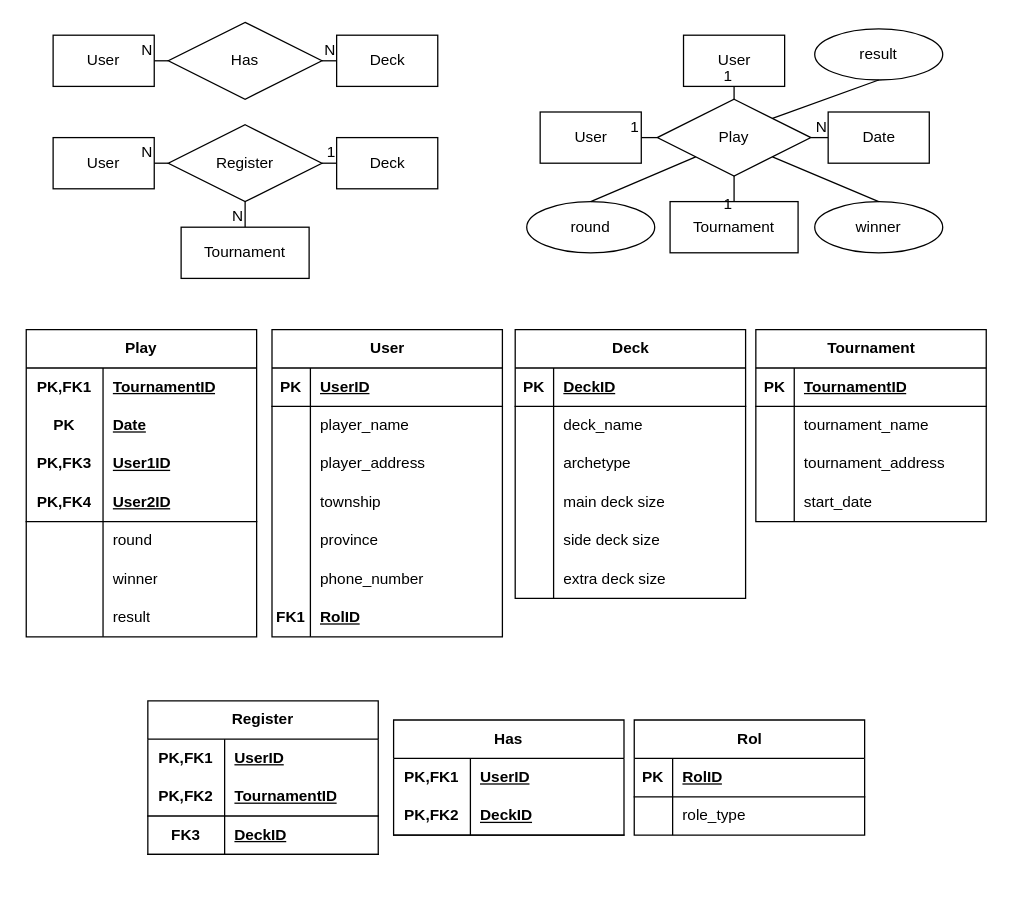
chavely15k/yu_gi_oh keeps this draw.io diagram as database_design/design_with_roles.drawio. Above is the earlier version. Source tidied: cells renumbered, new cells numbered last; positions are measured from the earlier drawing's top-left corner, leaving out a move shared by most shapes. Both pictures are drawn from the tidied source at 128%, with x=0, y=0 at pixel (26, 22).
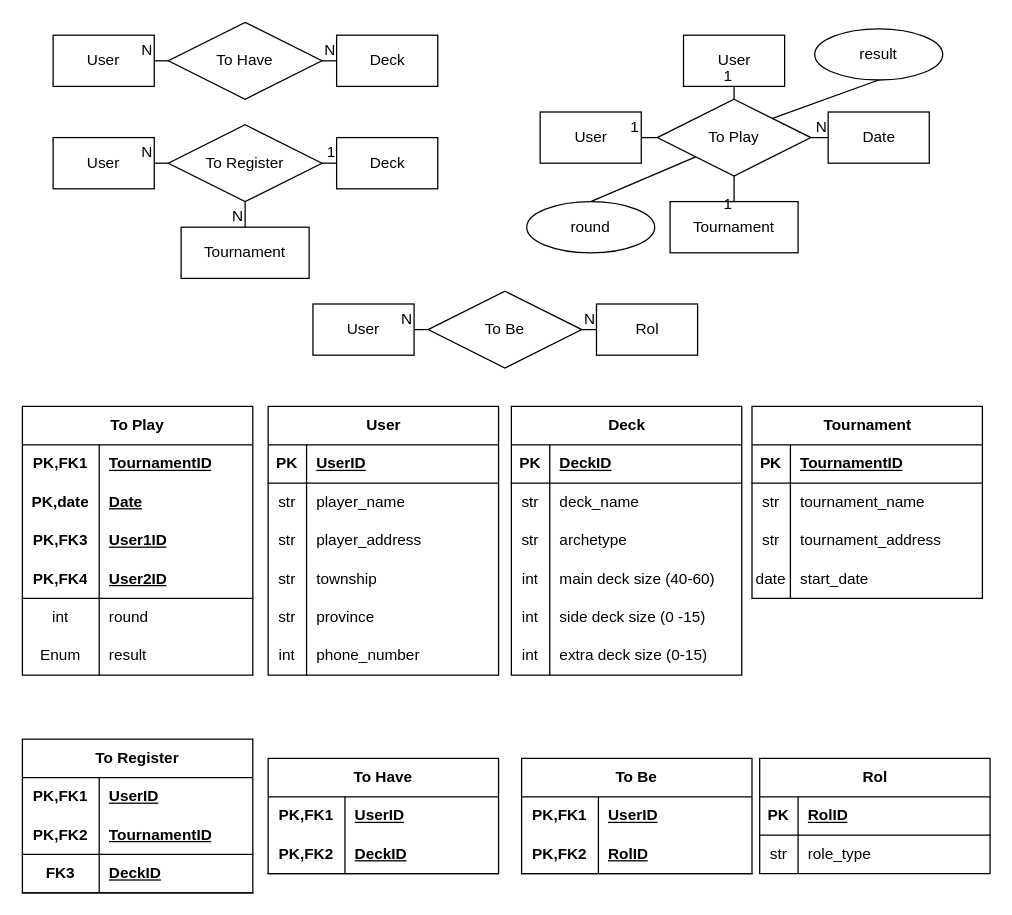
Above is the later version.

Unchanged cells that the change refers to:
```xml
<mxCell id="36" style="shape=tableRow;horizontal=0;startSize=0;swimlaneHead=0;swimlaneBody=0;fillColor=none;top=0;left=0;right=0;bottom=0;html=1;" parent="23" vertex="1">
  <mxGeometry y="150" width="180" height="30" as="geometry" />
</mxCell>
<mxCell id="54" style="shape=tableRow;horizontal=0;startSize=0;swimlaneHead=0;swimlaneBody=0;fillColor=none;top=0;left=0;right=0;bottom=0;" parent="50" vertex="1">
  <mxGeometry y="60" width="180" height="30" as="geometry" />
</mxCell>
<mxCell id="57" style="shape=tableRow;horizontal=0;startSize=0;swimlaneHead=0;swimlaneBody=0;fillColor=none;top=0;left=0;right=0;bottom=0;" parent="50" vertex="1">
  <mxGeometry y="90" width="180" height="30" as="geometry" />
</mxCell>
<mxCell id="60" style="shape=tableRow;horizontal=0;startSize=0;swimlaneHead=0;swimlaneBody=0;fillColor=none;top=0;left=0;right=0;bottom=0;" parent="50" vertex="1">
  <mxGeometry y="120" width="180" height="30" as="geometry" />
</mxCell>
<mxCell id="63" style="shape=tableRow;horizontal=0;startSize=0;swimlaneHead=0;swimlaneBody=0;fillColor=none;top=0;left=0;right=0;bottom=0;" parent="50" vertex="1">
  <mxGeometry y="150" width="180" height="30" as="geometry" />
</mxCell>
<mxCell id="66" style="shape=tableRow;horizontal=0;startSize=0;swimlaneHead=0;swimlaneBody=0;fillColor=none;top=0;left=0;right=0;bottom=0;" parent="50" vertex="1">
  <mxGeometry y="180" width="180" height="30" as="geometry" />
</mxCell>
<mxCell id="76" style="shape=tableRow;horizontal=0;startSize=0;swimlaneHead=0;swimlaneBody=0;fillColor=none;top=0;left=0;right=0;bottom=0;" parent="72" vertex="1">
  <mxGeometry y="60" width="180" height="30" as="geometry" />
</mxCell>
<mxCell id="79" style="shape=tableRow;horizontal=0;startSize=0;swimlaneHead=0;swimlaneBody=0;fillColor=none;top=0;left=0;right=0;bottom=0;" parent="72" vertex="1">
  <mxGeometry y="90" width="180" height="30" as="geometry" />
</mxCell>
<mxCell id="82" style="shape=tableRow;horizontal=0;startSize=0;swimlaneHead=0;swimlaneBody=0;fillColor=none;top=0;left=0;right=0;bottom=0;" parent="72" vertex="1">
  <mxGeometry y="120" width="180" height="30" as="geometry" />
</mxCell>
<mxCell id="85" style="shape=tableRow;horizontal=0;startSize=0;swimlaneHead=0;swimlaneBody=0;fillColor=none;top=0;left=0;right=0;bottom=0;" parent="72" vertex="1">
  <mxGeometry y="150" width="180" height="30" as="geometry" />
</mxCell>
<mxCell id="88" style="shape=tableRow;horizontal=0;startSize=0;swimlaneHead=0;swimlaneBody=0;fillColor=none;top=0;left=0;right=0;bottom=0;" parent="72" vertex="1">
  <mxGeometry y="180" width="180" height="30" as="geometry" />
</mxCell>
<mxCell id="95" style="shape=tableRow;horizontal=0;startSize=0;swimlaneHead=0;swimlaneBody=0;fillColor=none;top=0;left=0;right=0;bottom=0;" parent="91" vertex="1">
  <mxGeometry y="60" width="180" height="30" as="geometry" />
</mxCell>
<mxCell id="98" style="shape=tableRow;horizontal=0;startSize=0;swimlaneHead=0;swimlaneBody=0;fillColor=none;top=0;left=0;right=0;bottom=0;" parent="91" vertex="1">
  <mxGeometry y="90" width="180" height="30" as="geometry" />
</mxCell>
<mxCell id="101" style="shape=tableRow;horizontal=0;startSize=0;swimlaneHead=0;swimlaneBody=0;fillColor=none;top=0;left=0;right=0;bottom=0;" parent="91" vertex="1">
  <mxGeometry y="120" width="180" height="30" as="geometry" />
</mxCell>
<mxCell id="142" style="shape=tableRow;horizontal=0;startSize=0;swimlaneHead=0;swimlaneBody=0;fillColor=none;top=0;left=0;right=0;bottom=0;" parent="138" vertex="1">
  <mxGeometry y="60" width="180" height="30" as="geometry" />
</mxCell>
```

The edit, as a diff of the source:
```diff
@@
-    <mxCell id="7" value="Has" style="shape=rhombus;perimeter=rhombusPerimeter;whiteSpace=wrap;html=1;align=center;rounded=0;" parent="1" vertex="1">
+    <mxCell id="7" value="To Have" style="shape=rhombus;perimeter=rhombusPerimeter;whiteSpace=wrap;html=1;align=center;rounded=0;" parent="1" vertex="1">
       <mxGeometry x="111" width="120" height="60" as="geometry" />
     </mxCell>
@@
-    <mxCell id="12" value="Register" style="shape=rhombus;perimeter=rhombusPerimeter;whiteSpace=wrap;html=1;align=center;rounded=0;" parent="1" vertex="1">
+    <mxCell id="12" value="To Register" style="shape=rhombus;perimeter=rhombusPerimeter;whiteSpace=wrap;html=1;align=center;rounded=0;" parent="1" vertex="1">
       <mxGeometry x="111" y="80" width="120" height="60" as="geometry" />
     </mxCell>
@@
-    <mxCell id="16" value="Play" style="shape=rhombus;perimeter=rhombusPerimeter;whiteSpace=wrap;html=1;align=center;rounded=0;" parent="1" vertex="1">
+    <mxCell id="16" value="To Play" style="shape=rhombus;perimeter=rhombusPerimeter;whiteSpace=wrap;html=1;align=center;rounded=0;" parent="1" vertex="1">
       <mxGeometry x="493" y="60" width="120" height="60" as="geometry" />
     </mxCell>
@@
-    <mxCell id="19" value="winner" style="ellipse;whiteSpace=wrap;html=1;align=center;" parent="1" vertex="1">
-      <mxGeometry x="616" y="140" width="100" height="40" as="geometry" />
-    </mxCell>
-    <mxCell id="20" style="endArrow=none;html=1;rounded=0;exitX=0.5;exitY=0;exitDx=0;exitDy=0;entryX=1;entryY=1;entryDx=0;entryDy=0;" parent="1" edge="1" source="19" target="16">
-      <mxGeometry relative="1" as="geometry" />
-    </mxCell>
@@
-    <mxCell id="23" value="Play" style="shape=table;startSize=30;childLayout=tableLayout;rowLines=0;fontStyle=1;align=center;html=1;whiteSpace=wrap;" parent="1" vertex="1">
-      <mxGeometry y="240" width="180" height="240" as="geometry" />
+    <mxCell id="23" value="To Play" style="shape=table;startSize=30;childLayout=tableLayout;rowLines=0;fontStyle=1;align=center;html=1;whiteSpace=wrap;" parent="1" vertex="1">
+      <mxGeometry x="-3" y="300" width="180" height="210" as="geometry" />
     </mxCell>
@@
-    <mxCell id="37" style="shape=partialRectangle;fillColor=none;top=0;left=0;bottom=0;right=0;overflow=hidden;html=1;whiteSpace=wrap;" parent="36" vertex="1">
+    <mxCell id="37" value="int" style="shape=partialRectangle;fillColor=none;top=0;left=0;bottom=0;right=0;overflow=hidden;html=1;whiteSpace=wrap;" parent="36" vertex="1">
       <mxGeometry width="60" height="30" as="geometry" />
     </mxCell>
@@
-    <mxCell id="39" style="shape=tableRow;horizontal=0;startSize=0;swimlaneHead=0;swimlaneBody=0;fillColor=none;top=0;left=0;right=0;bottom=0;html=1;" parent="23" vertex="1">
-      <mxGeometry y="180" width="180" height="30" as="geometry" />
-    </mxCell>
-    <mxCell id="40" style="shape=partialRectangle;fillColor=none;top=0;left=0;bottom=0;right=0;overflow=hidden;html=1;whiteSpace=wrap;" parent="39" vertex="1">
-      <mxGeometry width="60" height="30" as="geometry" />
-    </mxCell>
-    <mxCell id="41" value="winner" style="shape=partialRectangle;fillColor=none;top=0;left=0;bottom=0;right=0;align=left;spacingLeft=6;overflow=hidden;html=1;whiteSpace=wrap;" parent="39" vertex="1">
-      <mxGeometry x="60" width="120" height="30" as="geometry" />
-    </mxCell>
     <mxCell id="42" style="shape=tableRow;horizontal=0;startSize=0;swimlaneHead=0;swimlaneBody=0;fillColor=none;top=0;left=0;right=0;bottom=0;html=1;" parent="23" vertex="1">
-      <mxGeometry y="210" width="180" height="30" as="geometry" />
+      <mxGeometry y="180" width="180" height="30" as="geometry" />
     </mxCell>
-    <mxCell id="43" style="shape=partialRectangle;fillColor=none;top=0;left=0;bottom=0;right=0;overflow=hidden;html=1;whiteSpace=wrap;" parent="42" vertex="1">
+    <mxCell id="43" value="Enum" style="shape=partialRectangle;fillColor=none;top=0;left=0;bottom=0;right=0;overflow=hidden;html=1;whiteSpace=wrap;" parent="42" vertex="1">
       <mxGeometry width="60" height="30" as="geometry" />
     </mxCell>
@@
-    <mxCell id="45" value="PK" style="shape=partialRectangle;fillColor=none;top=0;left=0;bottom=0;right=0;fontStyle=1;overflow=hidden;html=1;whiteSpace=wrap;" parent="1" vertex="1">
-      <mxGeometry y="300" width="60" height="30" as="geometry" />
+    <mxCell id="45" value="PK,date" style="shape=partialRectangle;fillColor=none;top=0;left=0;bottom=0;right=0;fontStyle=1;overflow=hidden;html=1;whiteSpace=wrap;" parent="1" vertex="1">
+      <mxGeometry x="-3" y="360" width="60" height="30" as="geometry" />
     </mxCell>
     <mxCell id="46" value="Date" style="shape=partialRectangle;fillColor=none;top=0;left=0;bottom=0;right=0;align=left;spacingLeft=6;fontStyle=5;overflow=hidden;html=1;whiteSpace=wrap;" parent="1" vertex="1">
-      <mxGeometry x="60" y="300" width="120" height="30" as="geometry" />
+      <mxGeometry x="57" y="360" width="120" height="30" as="geometry" />
     </mxCell>
     <mxCell id="47" value="PK,FK1" style="shape=partialRectangle;fillColor=none;top=0;left=0;bottom=0;right=0;fontStyle=1;overflow=hidden;html=1;whiteSpace=wrap;" parent="1" vertex="1">
-      <mxGeometry y="270" width="60" height="30" as="geometry" />
+      <mxGeometry x="-3" y="330" width="60" height="30" as="geometry" />
     </mxCell>
     <mxCell id="48" value="TournamentID" style="shape=partialRectangle;fillColor=none;top=0;left=0;bottom=0;right=0;align=left;spacingLeft=6;fontStyle=5;overflow=hidden;html=1;whiteSpace=wrap;" parent="1" vertex="1">
-      <mxGeometry x="60" y="270" width="120" height="30" as="geometry" />
+      <mxGeometry x="57" y="330" width="120" height="30" as="geometry" />
     </mxCell>
     <mxCell id="49" value="result" style="shape=partialRectangle;fillColor=none;top=0;left=0;bottom=0;right=0;align=left;spacingLeft=6;overflow=hidden;html=1;whiteSpace=wrap;" parent="1" vertex="1">
-      <mxGeometry x="60" y="450" width="120" height="30" as="geometry" />
+      <mxGeometry x="57" y="480" width="120" height="30" as="geometry" />
     </mxCell>
     <mxCell id="50" value="User" style="shape=table;startSize=30;childLayout=tableLayout;rowLines=0;fontStyle=1;align=center;html=1;" parent="1" vertex="1">
-      <mxGeometry x="192" y="240" width="180" height="240" as="geometry" />
+      <mxGeometry x="189" y="300" width="180" height="210" as="geometry" />
     </mxCell>
@@
-    <mxCell id="55" style="shape=partialRectangle;fillColor=none;top=0;left=0;bottom=0;right=0;overflow=hidden;whiteSpace=wrap;html=1;" parent="54" vertex="1">
+    <mxCell id="55" value="str" style="shape=partialRectangle;fillColor=none;top=0;left=0;bottom=0;right=0;overflow=hidden;whiteSpace=wrap;html=1;" parent="54" vertex="1">
       <mxGeometry width="30" height="30" as="geometry" />
     </mxCell>
@@
-    <mxCell id="58" style="shape=partialRectangle;fillColor=none;top=0;left=0;bottom=0;right=0;overflow=hidden;whiteSpace=wrap;html=1;" parent="57" vertex="1">
+    <mxCell id="58" value="str" style="shape=partialRectangle;fillColor=none;top=0;left=0;bottom=0;right=0;overflow=hidden;whiteSpace=wrap;html=1;" parent="57" vertex="1">
       <mxGeometry width="30" height="30" as="geometry" />
     </mxCell>
@@
-    <mxCell id="61" style="shape=partialRectangle;fillColor=none;top=0;left=0;bottom=0;right=0;overflow=hidden;whiteSpace=wrap;html=1;" parent="60" vertex="1">
+    <mxCell id="61" value="str" style="shape=partialRectangle;fillColor=none;top=0;left=0;bottom=0;right=0;overflow=hidden;whiteSpace=wrap;html=1;" parent="60" vertex="1">
       <mxGeometry width="30" height="30" as="geometry" />
     </mxCell>
@@
-    <mxCell id="64" style="shape=partialRectangle;fillColor=none;top=0;left=0;bottom=0;right=0;overflow=hidden;whiteSpace=wrap;html=1;" parent="63" vertex="1">
+    <mxCell id="64" value="str" style="shape=partialRectangle;fillColor=none;top=0;left=0;bottom=0;right=0;overflow=hidden;whiteSpace=wrap;html=1;" parent="63" vertex="1">
       <mxGeometry width="30" height="30" as="geometry" />
     </mxCell>
@@
-    <mxCell id="67" style="shape=partialRectangle;fillColor=none;top=0;left=0;bottom=0;right=0;overflow=hidden;whiteSpace=wrap;html=1;" parent="66" vertex="1">
+    <mxCell id="67" value="int" style="shape=partialRectangle;fillColor=none;top=0;left=0;bottom=0;right=0;overflow=hidden;whiteSpace=wrap;html=1;" parent="66" vertex="1">
       <mxGeometry width="30" height="30" as="geometry" />
     </mxCell>
@@
-    <mxCell id="69" style="shape=tableRow;horizontal=0;startSize=0;swimlaneHead=0;swimlaneBody=0;fillColor=none;top=0;left=0;right=0;bottom=0;" parent="50" vertex="1">
-      <mxGeometry y="210" width="180" height="30" as="geometry" />
-    </mxCell>
-    <mxCell id="70" value="&lt;b&gt;FK1&lt;/b&gt;" style="shape=partialRectangle;fillColor=none;top=0;left=0;bottom=0;right=0;overflow=hidden;whiteSpace=wrap;html=1;" parent="69" vertex="1">
-      <mxGeometry width="30" height="30" as="geometry" />
-    </mxCell>
-    <mxCell id="71" value="RolID" style="shape=partialRectangle;fillColor=none;top=0;left=0;bottom=0;right=0;align=left;spacingLeft=6;overflow=hidden;whiteSpace=wrap;html=1;fontStyle=5;" parent="69" vertex="1">
-      <mxGeometry x="30" width="150" height="30" as="geometry" />
-    </mxCell>
     <mxCell id="72" value="Deck" style="shape=table;startSize=30;childLayout=tableLayout;rowLines=0;fontStyle=1;align=center;html=1;" parent="1" vertex="1">
-      <mxGeometry x="382" y="240" width="180" height="210" as="geometry" />
+      <mxGeometry x="379" y="300" width="180" height="210" as="geometry" />
     </mxCell>
@@
-    <mxCell id="77" style="shape=partialRectangle;fillColor=none;top=0;left=0;bottom=0;right=0;overflow=hidden;whiteSpace=wrap;html=1;" parent="76" vertex="1">
+    <mxCell id="77" value="str" style="shape=partialRectangle;fillColor=none;top=0;left=0;bottom=0;right=0;overflow=hidden;whiteSpace=wrap;html=1;" parent="76" vertex="1">
       <mxGeometry width="30" height="30" as="geometry" />
     </mxCell>
@@
-    <mxCell id="80" style="shape=partialRectangle;fillColor=none;top=0;left=0;bottom=0;right=0;overflow=hidden;whiteSpace=wrap;html=1;" parent="79" vertex="1">
+    <mxCell id="80" value="str" style="shape=partialRectangle;fillColor=none;top=0;left=0;bottom=0;right=0;overflow=hidden;whiteSpace=wrap;html=1;" parent="79" vertex="1">
       <mxGeometry width="30" height="30" as="geometry" />
     </mxCell>
@@
-    <mxCell id="83" style="shape=partialRectangle;fillColor=none;top=0;left=0;bottom=0;right=0;overflow=hidden;whiteSpace=wrap;html=1;" parent="82" vertex="1">
+    <mxCell id="83" value="int" style="shape=partialRectangle;fillColor=none;top=0;left=0;bottom=0;right=0;overflow=hidden;whiteSpace=wrap;html=1;" parent="82" vertex="1">
       <mxGeometry width="30" height="30" as="geometry" />
     </mxCell>
-    <mxCell id="84" value="main deck size" style="shape=partialRectangle;fillColor=none;top=0;left=0;bottom=0;right=0;align=left;spacingLeft=6;overflow=hidden;whiteSpace=wrap;html=1;" parent="82" vertex="1">
+    <mxCell id="84" value="main deck size (40-60)" style="shape=partialRectangle;fillColor=none;top=0;left=0;bottom=0;right=0;align=left;spacingLeft=6;overflow=hidden;whiteSpace=wrap;html=1;" parent="82" vertex="1">
       <mxGeometry x="30" width="150" height="30" as="geometry" />
     </mxCell>
@@
-    <mxCell id="86" style="shape=partialRectangle;fillColor=none;top=0;left=0;bottom=0;right=0;overflow=hidden;whiteSpace=wrap;html=1;" parent="85" vertex="1">
+    <mxCell id="86" value="int" style="shape=partialRectangle;fillColor=none;top=0;left=0;bottom=0;right=0;overflow=hidden;whiteSpace=wrap;html=1;" parent="85" vertex="1">
       <mxGeometry width="30" height="30" as="geometry" />
     </mxCell>
-    <mxCell id="87" value="side deck size" style="shape=partialRectangle;fillColor=none;top=0;left=0;bottom=0;right=0;align=left;spacingLeft=6;overflow=hidden;whiteSpace=wrap;html=1;" parent="85" vertex="1">
+    <mxCell id="87" value="side deck size (0 -15)" style="shape=partialRectangle;fillColor=none;top=0;left=0;bottom=0;right=0;align=left;spacingLeft=6;overflow=hidden;whiteSpace=wrap;html=1;" parent="85" vertex="1">
       <mxGeometry x="30" width="150" height="30" as="geometry" />
     </mxCell>
@@
-    <mxCell id="89" style="shape=partialRectangle;fillColor=none;top=0;left=0;bottom=0;right=0;overflow=hidden;whiteSpace=wrap;html=1;" parent="88" vertex="1">
+    <mxCell id="89" value="int" style="shape=partialRectangle;fillColor=none;top=0;left=0;bottom=0;right=0;overflow=hidden;whiteSpace=wrap;html=1;" parent="88" vertex="1">
       <mxGeometry width="30" height="30" as="geometry" />
     </mxCell>
-    <mxCell id="90" value="extra deck size" style="shape=partialRectangle;fillColor=none;top=0;left=0;bottom=0;right=0;align=left;spacingLeft=6;overflow=hidden;whiteSpace=wrap;html=1;" parent="88" vertex="1">
+    <mxCell id="90" value="extra deck size (0-15)" style="shape=partialRectangle;fillColor=none;top=0;left=0;bottom=0;right=0;align=left;spacingLeft=6;overflow=hidden;whiteSpace=wrap;html=1;" parent="88" vertex="1">
       <mxGeometry x="30" width="150" height="30" as="geometry" />
     </mxCell>
     <mxCell id="91" value="Tournament" style="shape=table;startSize=30;childLayout=tableLayout;rowLines=0;fontStyle=1;align=center;html=1;" parent="1" vertex="1">
-      <mxGeometry x="570" y="240" width="180" height="150" as="geometry" />
+      <mxGeometry x="567" y="300" width="180" height="150" as="geometry" />
     </mxCell>
@@
-    <mxCell id="96" style="shape=partialRectangle;fillColor=none;top=0;left=0;bottom=0;right=0;overflow=hidden;whiteSpace=wrap;html=1;" parent="95" vertex="1">
+    <mxCell id="96" value="str" style="shape=partialRectangle;fillColor=none;top=0;left=0;bottom=0;right=0;overflow=hidden;whiteSpace=wrap;html=1;" parent="95" vertex="1">
       <mxGeometry width="30" height="30" as="geometry" />
     </mxCell>
@@
-    <mxCell id="99" style="shape=partialRectangle;fillColor=none;top=0;left=0;bottom=0;right=0;overflow=hidden;whiteSpace=wrap;html=1;" parent="98" vertex="1">
+    <mxCell id="99" value="str" style="shape=partialRectangle;fillColor=none;top=0;left=0;bottom=0;right=0;overflow=hidden;whiteSpace=wrap;html=1;" parent="98" vertex="1">
       <mxGeometry width="30" height="30" as="geometry" />
     </mxCell>
@@
-    <mxCell id="102" style="shape=partialRectangle;fillColor=none;top=0;left=0;bottom=0;right=0;overflow=hidden;whiteSpace=wrap;html=1;" parent="101" vertex="1">
+    <mxCell id="102" value="date" style="shape=partialRectangle;fillColor=none;top=0;left=0;bottom=0;right=0;overflow=hidden;whiteSpace=wrap;html=1;" parent="101" vertex="1">
       <mxGeometry width="30" height="30" as="geometry" />
     </mxCell>
@@
-    <mxCell id="115" value="Has" style="shape=table;startSize=30;childLayout=tableLayout;rowLines=0;fontStyle=1;align=center;html=1;whiteSpace=wrap;" parent="1" vertex="1">
-      <mxGeometry x="287" y="545" width="180" height="90" as="geometry" />
+    <mxCell id="115" value="To Have" style="shape=table;startSize=30;childLayout=tableLayout;rowLines=0;fontStyle=1;align=center;html=1;whiteSpace=wrap;" parent="1" vertex="1">
+      <mxGeometry x="189" y="575" width="180" height="90" as="geometry" />
     </mxCell>
@@
-    <mxCell id="122" value="Register" style="shape=table;startSize=30;childLayout=tableLayout;rowLines=0;fontStyle=1;align=center;html=1;whiteSpace=wrap;" parent="1" vertex="1">
-      <mxGeometry x="95" y="530" width="180" height="120" as="geometry" />
+    <mxCell id="122" value="To Register" style="shape=table;startSize=30;childLayout=tableLayout;rowLines=0;fontStyle=1;align=center;html=1;whiteSpace=wrap;" parent="1" vertex="1">
+      <mxGeometry x="-3" y="560" width="180" height="120" as="geometry" />
     </mxCell>
@@
     <mxCell id="138" value="Rol" style="shape=table;startSize=30;childLayout=tableLayout;rowLines=0;fontStyle=1;align=center;html=1;" parent="1" vertex="1">
-      <mxGeometry x="475" y="545" width="180" height="90" as="geometry" />
+      <mxGeometry x="573" y="575" width="180" height="90" as="geometry" />
     </mxCell>
@@
-    <mxCell id="143" style="shape=partialRectangle;fillColor=none;top=0;left=0;bottom=0;right=0;overflow=hidden;whiteSpace=wrap;html=1;" parent="142" vertex="1">
+    <mxCell id="143" value="str" style="shape=partialRectangle;fillColor=none;top=0;left=0;bottom=0;right=0;overflow=hidden;whiteSpace=wrap;html=1;" parent="142" vertex="1">
       <mxGeometry width="30" height="30" as="geometry" />
     </mxCell>
@@
+    <mxCell id="145" value="To Be" style="shape=table;startSize=30;childLayout=tableLayout;rowLines=0;fontStyle=1;align=center;html=1;whiteSpace=wrap;" parent="1" vertex="1">
+      <mxGeometry x="387" y="575" width="180" height="90" as="geometry" />
+    </mxCell>
+    <mxCell id="146" style="shape=tableRow;horizontal=0;startSize=0;swimlaneHead=0;swimlaneBody=0;fillColor=none;top=0;left=0;right=0;bottom=0;html=1;" parent="145" vertex="1">
+      <mxGeometry y="30" width="180" height="30" as="geometry" />
+    </mxCell>
+    <mxCell id="147" value="PK,FK1" style="shape=partialRectangle;fillColor=none;top=0;left=0;bottom=0;right=0;fontStyle=1;overflow=hidden;html=1;whiteSpace=wrap;" parent="146" vertex="1">
+      <mxGeometry width="60" height="30" as="geometry" />
+    </mxCell>
+    <mxCell id="148" value="UserID" style="shape=partialRectangle;fillColor=none;top=0;left=0;bottom=0;right=0;align=left;spacingLeft=6;fontStyle=5;overflow=hidden;html=1;whiteSpace=wrap;" parent="146" vertex="1">
+      <mxGeometry x="60" width="120" height="30" as="geometry" />
+    </mxCell>
+    <mxCell id="149" style="shape=tableRow;horizontal=0;startSize=0;swimlaneHead=0;swimlaneBody=0;fillColor=none;top=0;left=0;right=0;bottom=1;html=1;" parent="145" vertex="1">
+      <mxGeometry y="60" width="180" height="30" as="geometry" />
+    </mxCell>
+    <mxCell id="150" value="PK,FK2" style="shape=partialRectangle;fillColor=none;top=0;left=0;bottom=0;right=0;fontStyle=1;overflow=hidden;html=1;whiteSpace=wrap;" parent="149" vertex="1">
+      <mxGeometry width="60" height="30" as="geometry" />
+    </mxCell>
+    <mxCell id="71" value="RolID" style="shape=partialRectangle;fillColor=none;top=0;left=0;bottom=0;right=0;align=left;spacingLeft=6;fontStyle=5;overflow=hidden;html=1;whiteSpace=wrap;" parent="149" vertex="1">
+      <mxGeometry x="60" width="120" height="30" as="geometry" />
+    </mxCell>
+    <mxCell id="151" value="User" style="whiteSpace=wrap;html=1;align=center;" parent="1" vertex="1">
+      <mxGeometry x="224" y="220" width="79" height="40" as="geometry" />
+    </mxCell>
+    <mxCell id="152" value="To Be" style="shape=rhombus;perimeter=rhombusPerimeter;whiteSpace=wrap;html=1;align=center;rounded=0;" parent="1" vertex="1">
+      <mxGeometry x="314" y="210" width="120" height="60" as="geometry" />
+    </mxCell>
+    <mxCell id="153" style="endArrow=none;html=1;rounded=0;entryX=0;entryY=0.5;entryDx=0;entryDy=0;exitX=1;exitY=0.5;exitDx=0;exitDy=0;" parent="1" edge="1" source="152" target="157">
+      <mxGeometry relative="1" as="geometry" />
+    </mxCell>
+    <mxCell id="154" value="N" style="html=1;whiteSpace=wrap;align=right;verticalAlign=bottom;rounded=0;" parent="153" vertex="1">
+      <mxGeometry x="1" relative="1" as="geometry" />
+    </mxCell>
+    <mxCell id="155" style="endArrow=none;html=1;rounded=0;entryX=1;entryY=0.5;entryDx=0;entryDy=0;exitX=0;exitY=0.5;exitDx=0;exitDy=0;" parent="1" edge="1" source="152" target="151">
+      <mxGeometry relative="1" as="geometry" />
+    </mxCell>
+    <mxCell id="156" value="N" style="html=1;whiteSpace=wrap;align=right;verticalAlign=bottom;rounded=0;" parent="155" vertex="1">
+      <mxGeometry x="1" relative="1" as="geometry" />
+    </mxCell>
+    <mxCell id="157" value="Rol" style="whiteSpace=wrap;html=1;align=center;" parent="1" vertex="1">
+      <mxGeometry x="445.5" y="220" width="79" height="40" as="geometry" />
+    </mxCell>
```
